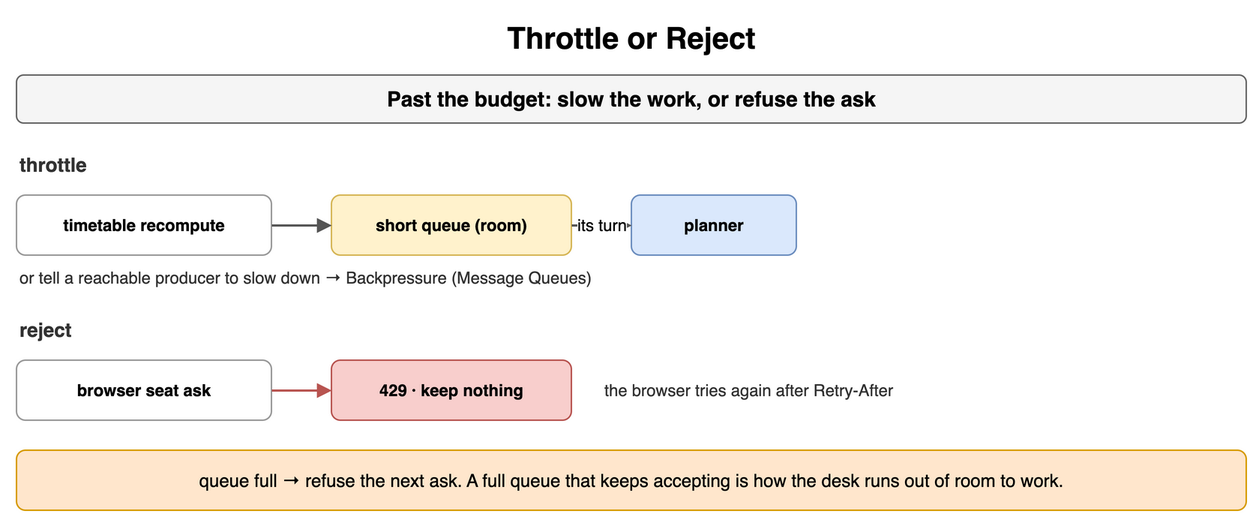
This is content/09_System_Design_Interview/17_Rate_Limiting_and_Throttling/diagrams/rate-limiting-3-throttle-or-reject.png from amendez13/swe-study-guide, a draw.io export, as it was before one commit. Source tidied: cells renumbered, new cells last; positions are measured from the earlier drawing's top-left corner, leaving out a move shared by most shapes.
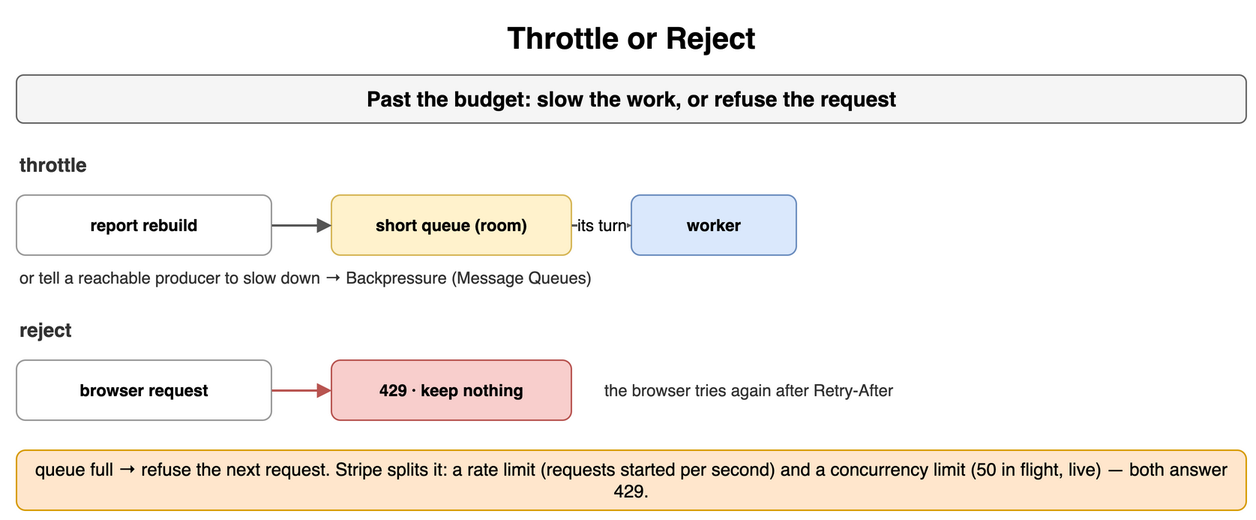
After the change.

The edit, as a diff of the source:
```diff
@@ -5,19 +5,19 @@
     <mxCell id="2" value="Throttle or Reject" style="text;html=1;align=center;verticalAlign=middle;whiteSpace=wrap;fontSize=20;fontStyle=1;" parent="1" vertex="1">
       <mxGeometry width="820" height="30" as="geometry" />
     </mxCell>
-    <mxCell id="3" value="Past the budget: slow the work, or refuse the ask" style="rounded=1;whiteSpace=wrap;html=1;fillColor=#f5f5f5;strokeColor=#666666;fontStyle=1;fontSize=14;" parent="1" vertex="1">
+    <mxCell id="3" value="Past the budget: slow the work, or refuse the request" style="rounded=1;whiteSpace=wrap;html=1;fillColor=#f5f5f5;strokeColor=#666666;fontStyle=1;fontSize=14;" parent="1" vertex="1">
       <mxGeometry y="40" width="820" height="32" as="geometry" />
     </mxCell>
     <mxCell id="4" value="throttle" style="text;html=1;whiteSpace=wrap;fontSize=11;align=left;verticalAlign=middle;fontSize=13;fontColor=#333333;fontStyle=1;" parent="1" vertex="1">
       <mxGeometry y="90" width="400" height="20" as="geometry" />
     </mxCell>
-    <mxCell id="5" value="timetable recompute" style="rounded=1;whiteSpace=wrap;html=1;fillColor=#ffffff;strokeColor=#999999;fontSize=11;align=center;fontStyle=1;" parent="1" vertex="1">
+    <mxCell id="5" value="report rebuild" style="rounded=1;whiteSpace=wrap;html=1;fillColor=#ffffff;strokeColor=#999999;fontSize=11;align=center;fontStyle=1;" parent="1" vertex="1">
       <mxGeometry y="120" width="170" height="40" as="geometry" />
     </mxCell>
     <mxCell id="6" value="short queue (room)" style="rounded=1;whiteSpace=wrap;html=1;fillColor=#fff2cc;strokeColor=#d6b656;fontSize=11;align=center;fontStyle=1;" parent="1" vertex="1">
       <mxGeometry x="210" y="120" width="160" height="40" as="geometry" />
     </mxCell>
-    <mxCell id="7" value="planner" style="rounded=1;whiteSpace=wrap;html=1;fillColor=#dae8fc;strokeColor=#6c8ebf;fontSize=11;align=center;fontStyle=1;" parent="1" vertex="1">
+    <mxCell id="7" value="worker" style="rounded=1;whiteSpace=wrap;html=1;fillColor=#dae8fc;strokeColor=#6c8ebf;fontSize=11;align=center;fontStyle=1;" parent="1" vertex="1">
       <mxGeometry x="410" y="120" width="110" height="40" as="geometry" />
     </mxCell>
     <mxCell id="8" style="endArrow=block;endSize=6;html=1;strokeWidth=1.5;strokeColor=#555555;fontSize=11;labelBackgroundColor=#ffffff;" parent="1" edge="1" source="5" target="6">
@@ -32,7 +32,7 @@
     <mxCell id="11" value="reject" style="text;html=1;whiteSpace=wrap;fontSize=11;align=left;verticalAlign=middle;fontSize=13;fontColor=#333333;fontStyle=1;" parent="1" vertex="1">
       <mxGeometry y="200" width="400" height="20" as="geometry" />
     </mxCell>
-    <mxCell id="12" value="browser seat ask" style="rounded=1;whiteSpace=wrap;html=1;fillColor=#ffffff;strokeColor=#999999;fontSize=11;align=center;fontStyle=1;" parent="1" vertex="1">
+    <mxCell id="12" value="browser request" style="rounded=1;whiteSpace=wrap;html=1;fillColor=#ffffff;strokeColor=#999999;fontSize=11;align=center;fontStyle=1;" parent="1" vertex="1">
       <mxGeometry y="230" width="170" height="40" as="geometry" />
     </mxCell>
     <mxCell id="13" value="429 · keep nothing" style="rounded=1;whiteSpace=wrap;html=1;fillColor=#f8cecc;strokeColor=#b85450;fontSize=11;align=center;fontStyle=1;" parent="1" vertex="1">
@@ -44,7 +44,7 @@
     <mxCell id="15" value="the browser tries again after Retry-After" style="text;html=1;whiteSpace=wrap;fontSize=11;align=left;verticalAlign=middle;fontSize=11;fontColor=#333333;" parent="1" vertex="1">
       <mxGeometry x="390" y="230" width="300" height="40" as="geometry" />
     </mxCell>
-    <mxCell id="16" value="queue full → refuse the next ask. A full queue that keeps accepting is how the desk runs out of room to work." style="rounded=1;whiteSpace=wrap;html=1;fillColor=#ffe6cc;strokeColor=#d79b00;fontSize=12;align=center;" parent="1" vertex="1">
+    <mxCell id="16" value="queue full → refuse the next request. Stripe splits it: a rate limit (requests started per second) and a concurrency limit (50 in flight, live) — both answer 429." style="rounded=1;whiteSpace=wrap;html=1;fillColor=#ffe6cc;strokeColor=#d79b00;fontSize=12;align=center;" parent="1" vertex="1">
       <mxGeometry y="290" width="820" height="40" as="geometry" />
     </mxCell>
   </root>
```
